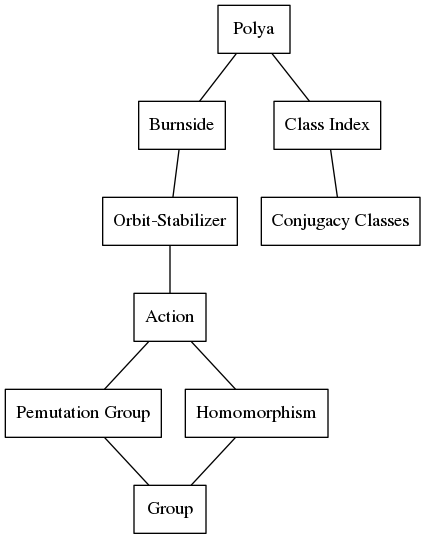
fifth-postulate/group-theory-with-gap keeps this Graphviz diagram as graphviz/polya.gv.png. Above is the earlier version. Its source is kept beside it as graphviz/polya.gv.
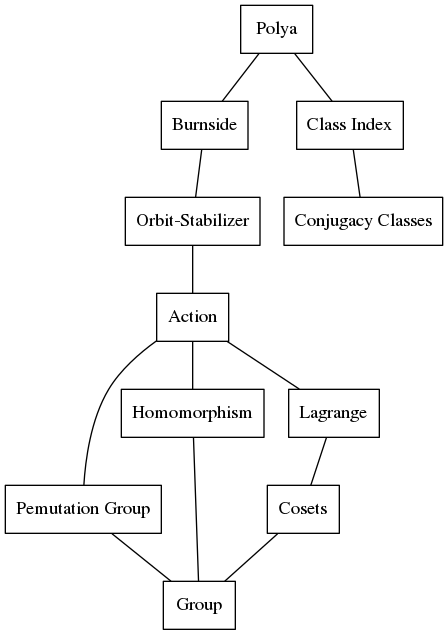
The same file after the commit.

Commit message:
Include reference to Lagrange and Cosets

Diff of the diagram source:
```diff
@@ -9,11 +9,15 @@
   7 [ label = "Homomorphism" ]
   8 [ label = "Group" ]
   9 [ label = "Conjugacy Classes" ]
+  10 [ label = "Lagrange" ]
+  11 [ label = "Cosets" ]
   1 -- { 2 3 }
   2 -- { 4 }
   3 -- { 9 }
   4 -- { 5 }
-  5 -- { 6, 7 }
+  5 -- { 6, 7, 10 }
   6 -- { 8 }
   7 -- { 8 }
+  10 -- { 11 }
+  11 -- { 8 }
 }
```
